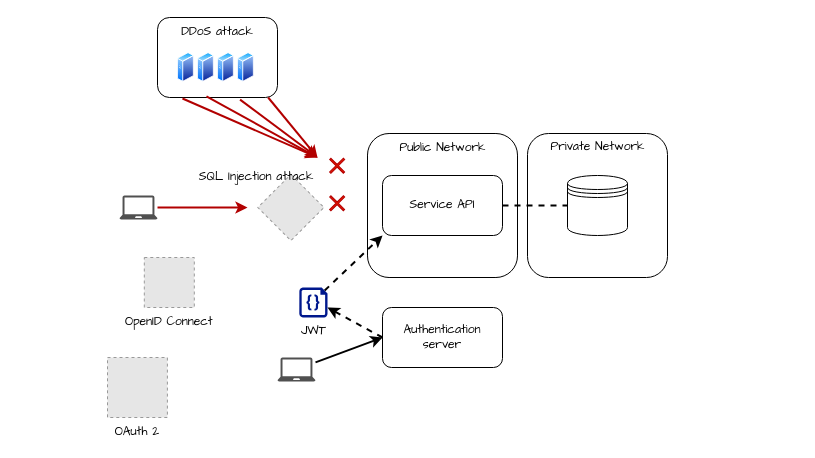
abunuwas/conferences-images keeps this draw.io diagram as page "fundamentals of api security" (2 of 2) of build_api_python_workshop.drawio. Above is the earlier version. Source tidied: cells renumbered, new cells numbered last; positions are measured from the earlier drawing's top-left corner, leaving out a move shared by most shapes. Both pictures are drawn from the tidied source at 100%, with x=0, y=0 at pixel (107, 17). Pictures stored in the file or linked from it are replaced by grey dashed boxes.
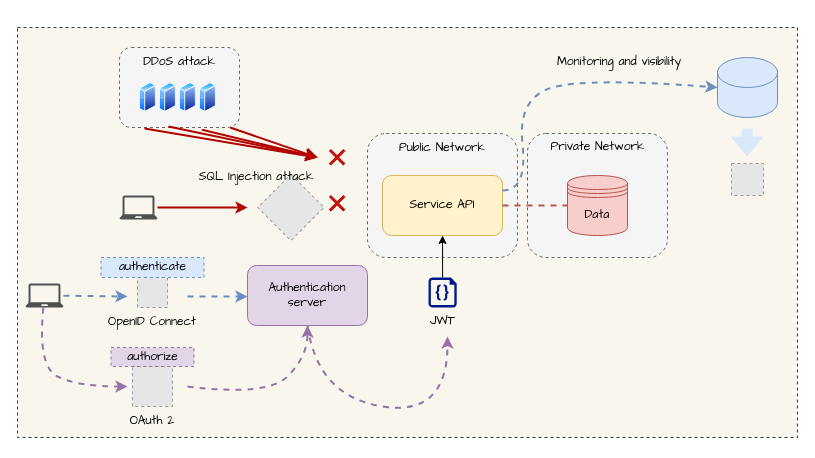
After the change.

What changed in the source:
```diff
@@
+    <mxCell id="33" style="rounded=0;whiteSpace=wrap;html=1;fontFamily=Comic Sans MS;fillColor=#f9f7ed;strokeColor=#36393d;dashed=1;" parent="1" vertex="1">
+      <mxGeometry x="-90" y="10" width="780" height="410" as="geometry" />
+    </mxCell>
-    <mxCell id="2" style="rounded=1;whiteSpace=wrap;html=1;fontFamily=Comic Sans MS;" parent="1" vertex="1">
-      <mxGeometry x="420" y="116" width="140" height="144" as="geometry" />
+    <mxCell id="2" style="rounded=1;whiteSpace=wrap;html=1;fontFamily=Comic Sans MS;fillColor=#f5f5f5;strokeColor=#666666;dashed=1;fontColor=#333333;" parent="1" vertex="1">
+      <mxGeometry x="420" y="116" width="140" height="124" as="geometry" />
     </mxCell>
-    <mxCell id="3" style="rounded=1;whiteSpace=wrap;html=1;fontFamily=Comic Sans MS;" parent="1" vertex="1">
-      <mxGeometry x="260" y="116" width="150" height="144" as="geometry" />
+    <mxCell id="3" style="rounded=1;whiteSpace=wrap;html=1;fontFamily=Comic Sans MS;fillColor=#f5f5f5;strokeColor=#666666;dashed=1;fontColor=#333333;" parent="1" vertex="1">
+      <mxGeometry x="260" y="116" width="150" height="124" as="geometry" />
     </mxCell>
-    <mxCell id="4" style="rounded=1;whiteSpace=wrap;html=1;fontFamily=Comic Sans MS;" parent="1" vertex="1">
-      <mxGeometry x="50" width="120" height="80" as="geometry" />
+    <mxCell id="4" style="rounded=1;whiteSpace=wrap;html=1;fontFamily=Comic Sans MS;dashed=1;fillColor=#f5f5f5;fontColor=#333333;strokeColor=#666666;" parent="1" vertex="1">
+      <mxGeometry x="12" y="30" width="120" height="80" as="geometry" />
     </mxCell>
-    <mxCell id="5" style="shape=datastore;whiteSpace=wrap;html=1;fontFamily=Comic Sans MS;" parent="1" vertex="1">
+    <mxCell id="5" value="Data" style="shape=datastore;whiteSpace=wrap;html=1;fontFamily=Comic Sans MS;fillColor=#f8cecc;strokeColor=#b85450;" parent="1" vertex="1">
       <mxGeometry x="460" y="158" width="60" height="60" as="geometry" />
     </mxCell>
@@
     <mxCell id="8" style="perimeter=ellipsePerimeter;html=1;align=center;shadow=0;dashed=0;spacingTop=3;image;image=img/lib/active_directory/generic_server.svg;fontFamily=Comic Sans MS;" parent="1" vertex="1">
-      <mxGeometry x="70" y="35" width="16.8" height="30" as="geometry" />
+      <mxGeometry x="32" y="65" width="16.8" height="30" as="geometry" />
     </mxCell>
     <mxCell id="9" style="perimeter=ellipsePerimeter;html=1;align=center;shadow=0;dashed=0;spacingTop=3;image;image=img/lib/active_directory/generic_server.svg;fontFamily=Comic Sans MS;" parent="1" vertex="1">
-      <mxGeometry x="90" y="35" width="16.8" height="30" as="geometry" />
+      <mxGeometry x="52" y="65" width="16.8" height="30" as="geometry" />
     </mxCell>
     <mxCell id="10" style="perimeter=ellipsePerimeter;html=1;align=center;shadow=0;dashed=0;spacingTop=3;image;image=img/lib/active_directory/generic_server.svg;fontFamily=Comic Sans MS;" parent="1" vertex="1">
-      <mxGeometry x="110" y="35" width="16.8" height="30" as="geometry" />
+      <mxGeometry x="72" y="65" width="16.8" height="30" as="geometry" />
     </mxCell>
     <mxCell id="11" style="perimeter=ellipsePerimeter;html=1;align=center;shadow=0;dashed=0;spacingTop=3;image;image=img/lib/active_directory/generic_server.svg;fontFamily=Comic Sans MS;" parent="1" vertex="1">
-      <mxGeometry x="130" y="35" width="16.8" height="30" as="geometry" />
+      <mxGeometry x="92" y="65" width="16.8" height="30" as="geometry" />
     </mxCell>
-    <mxCell id="12" value="Service API" style="rounded=1;whiteSpace=wrap;html=1;fontFamily=Comic Sans MS;" parent="1" vertex="1">
+    <mxCell id="12" value="Service API" style="rounded=1;whiteSpace=wrap;html=1;fontFamily=Comic Sans MS;fillColor=#fff2cc;strokeColor=#d6b656;" parent="1" vertex="1">
       <mxGeometry x="275" y="158" width="120" height="60" as="geometry" />
     </mxCell>
@@
     <mxCell id="17" value="DDoS attack" style="text;html=1;strokeColor=none;fillColor=none;align=center;verticalAlign=middle;whiteSpace=wrap;rounded=0;fontFamily=Comic Sans MS;" parent="1" vertex="1">
-      <mxGeometry x="50" width="120" height="30" as="geometry" />
+      <mxGeometry x="12" y="30" width="120" height="30" as="geometry" />
     </mxCell>
     <mxCell id="18" value="JWT" style="sketch=0;shadow=0;dashed=0;html=1;strokeColor=none;labelPosition=center;verticalLabelPosition=bottom;verticalAlign=top;align=center;fillColor=#00188D;shape=mxgraph.azure.code_file;fontFamily=Comic Sans MS;" parent="1" vertex="1">
-      <mxGeometry x="191.8" y="270" width="28.2" height="30" as="geometry" />
+      <mxGeometry x="321" y="260" width="28.2" height="30" as="geometry" />
     </mxCell>
@@
     <mxCell id="21" style="sketch=0;shadow=0;dashed=0;html=1;strokeColor=none;fillColor=#505050;labelPosition=center;verticalLabelPosition=bottom;verticalAlign=top;outlineConnect=0;align=center;shape=mxgraph.office.devices.laptop;fontFamily=Comic Sans MS;" parent="1" vertex="1">
-      <mxGeometry x="170" y="340" width="38" height="24" as="geometry" />
+      <mxGeometry x="-82" y="266" width="38" height="24" as="geometry" />
     </mxCell>
-    <mxCell id="22" style="endArrow=classic;html=1;rounded=0;fontFamily=Comic Sans MS;strokeWidth=2;entryX=0;entryY=0.5;entryDx=0;entryDy=0;" parent="1" edge="1" source="21" target="28">
-      <mxGeometry relative="1" as="geometry" />
-    </mxCell>
@@
     <mxCell id="24" value="Public Network" style="text;html=1;strokeColor=none;fillColor=none;align=center;verticalAlign=middle;whiteSpace=wrap;rounded=0;fontFamily=Comic Sans MS;" parent="1" vertex="1">
-      <mxGeometry x="277.5" y="116" width="115" height="30" as="geometry" />
+      <mxGeometry x="280" y="112" width="110" height="38" as="geometry" />
     </mxCell>
@@
-    <mxCell id="26" style="endArrow=none;html=1;rounded=0;fontFamily=Comic Sans MS;strokeWidth=2;exitX=1;exitY=0.5;exitDx=0;exitDy=0;entryX=0;entryY=0.5;entryDx=0;entryDy=0;dashed=1;" parent="1" edge="1" source="12" target="5">
+    <mxCell id="26" style="endArrow=none;html=1;rounded=0;fontFamily=Comic Sans MS;strokeWidth=2;exitX=1;exitY=0.5;exitDx=0;exitDy=0;entryX=0;entryY=0.5;entryDx=0;entryDy=0;dashed=1;fillColor=#f8cecc;strokeColor=#b85450;" parent="1" edge="1" source="12" target="5">
       <mxGeometry relative="1" as="geometry" />
     </mxCell>
     <mxCell id="27" style="shape=cross;whiteSpace=wrap;html=1;rotation=45;fillColor=#e51400;strokeColor=#B20000;fontColor=#ffffff;fontFamily=Comic Sans MS;size=0.0942809041582071;" parent="1" vertex="1">
-      <mxGeometry x="220" y="138.5" width="19.3" height="19.5" as="geometry" />
+      <mxGeometry x="220" y="130" width="19.3" height="19.5" as="geometry" />
     </mxCell>
-    <mxCell id="28" value="Authentication server" style="rounded=1;whiteSpace=wrap;html=1;fontFamily=Comic Sans MS;" parent="1" vertex="1">
-      <mxGeometry x="275" y="290" width="120" height="60" as="geometry" />
+    <mxCell id="28" value="Authentication server" style="rounded=1;whiteSpace=wrap;html=1;fontFamily=Comic Sans MS;fillColor=#e1d5e7;strokeColor=#9673a6;" parent="1" vertex="1">
+      <mxGeometry x="140" y="248" width="120" height="60" as="geometry" />
     </mxCell>
-    <mxCell id="29" style="endArrow=classic;html=1;rounded=0;dashed=1;fontFamily=Comic Sans MS;strokeWidth=2;exitX=0;exitY=0.5;exitDx=0;exitDy=0;" parent="1" edge="1" source="28">
-      <mxGeometry relative="1" as="geometry">
-        <mxPoint x="220" y="290" as="targetPoint" />
-      </mxGeometry>
-    </mxCell>
-    <mxCell id="30" style="endArrow=classic;html=1;rounded=0;dashed=1;fontFamily=Comic Sans MS;strokeWidth=2;exitX=0.9;exitY=0.1;exitDx=0;exitDy=0;exitPerimeter=0;entryX=0;entryY=1;entryDx=0;entryDy=0;" parent="1" edge="1" source="18" target="12">
-      <mxGeometry relative="1" as="geometry" />
-    </mxCell>
     <mxCell id="31" value="OAuth 2" style="fillColor=#E6E6E6;strokeColor=#999999;dashed=1;verticalLabelPosition=bottom;verticalAlign=top;fontFamily=Comic Sans MS;" parent="1" vertex="1">
-      <mxGeometry y="340" width="59.9" height="60" as="geometry" />
+      <mxGeometry x="25" y="349" width="39.9" height="40" as="geometry" />
     </mxCell>
     <mxCell id="32" value="OpenID Connect" style="fillColor=#E6E6E6;strokeColor=#999999;dashed=1;verticalLabelPosition=bottom;verticalAlign=top;fontFamily=Comic Sans MS;" parent="1" vertex="1">
-      <mxGeometry x="36.8" y="240" width="50" height="50" as="geometry" />
+      <mxGeometry x="30" y="260" width="30" height="30" as="geometry" />
     </mxCell>
+    <mxCell id="34" value="authenticate" style="text;html=1;strokeColor=#6c8ebf;fillColor=#dae8fc;align=center;verticalAlign=middle;whiteSpace=wrap;rounded=0;fontFamily=Comic Sans MS;dashed=1;" parent="1" vertex="1">
+      <mxGeometry x="-6.5" y="240" width="103" height="20" as="geometry" />
+    </mxCell>
+    <mxCell id="35" value="authorize" style="text;html=1;strokeColor=#9673a6;fillColor=#e1d5e7;align=center;verticalAlign=middle;whiteSpace=wrap;rounded=0;fontFamily=Comic Sans MS;dashed=1;" parent="1" vertex="1">
+      <mxGeometry x="3.5" y="330" width="83" height="19" as="geometry" />
+    </mxCell>
+    <mxCell id="36" style="endArrow=classic;html=1;rounded=0;fontFamily=Comic Sans MS;elbow=vertical;strokeWidth=2;dashed=1;fillColor=#dae8fc;strokeColor=#6c8ebf;" parent="1" edge="1" source="21">
+      <mxGeometry relative="1" as="geometry">
+        <mxPoint x="20" y="279" as="targetPoint" />
+      </mxGeometry>
+    </mxCell>
+    <mxCell id="37" style="endArrow=classic;html=1;rounded=0;fontFamily=Comic Sans MS;elbow=vertical;strokeWidth=2;dashed=1;fillColor=#dae8fc;strokeColor=#6c8ebf;" parent="1" edge="1">
+      <mxGeometry relative="1" as="geometry">
+        <mxPoint x="80" y="279" as="sourcePoint" />
+        <mxPoint x="140" y="279" as="targetPoint" />
+      </mxGeometry>
+    </mxCell>
+    <mxCell id="38" style="curved=1;endArrow=classic;html=1;rounded=0;fontFamily=Comic Sans MS;elbow=vertical;dashed=1;strokeWidth=2;fillColor=#e1d5e7;strokeColor=#9673a6;" parent="1" edge="1" source="21">
+      <mxGeometry relative="1" as="geometry">
+        <mxPoint x="20" y="369" as="targetPoint" />
+        <Array as="points">
+          <mxPoint x="-70" y="349" />
+          <mxPoint x="-30" y="369" />
+        </Array>
+      </mxGeometry>
+    </mxCell>
+    <mxCell id="39" style="curved=1;endArrow=classic;html=1;rounded=0;fontFamily=Comic Sans MS;elbow=vertical;entryX=0.5;entryY=1;entryDx=0;entryDy=0;dashed=1;strokeWidth=2;fillColor=#e1d5e7;strokeColor=#9673a6;" parent="1" edge="1" target="28">
+      <mxGeometry relative="1" as="geometry">
+        <mxPoint x="80" y="369" as="sourcePoint" />
+        <Array as="points">
+          <mxPoint x="160" y="379" />
+          <mxPoint x="200" y="339" />
+        </Array>
+      </mxGeometry>
+    </mxCell>
+    <mxCell id="40" style="curved=1;endArrow=classic;html=1;rounded=0;fontFamily=Comic Sans MS;elbow=vertical;exitX=0.5;exitY=1;exitDx=0;exitDy=0;dashed=1;strokeWidth=2;fillColor=#e1d5e7;strokeColor=#9673a6;" parent="1" edge="1" source="28">
+      <mxGeometry relative="1" as="geometry">
+        <mxPoint x="340" y="319" as="targetPoint" />
+        <Array as="points">
+          <mxPoint x="210" y="379" />
+          <mxPoint x="340" y="399" />
+        </Array>
+      </mxGeometry>
+    </mxCell>
+    <mxCell id="30" style="endArrow=classic;html=1;rounded=0;fontFamily=Comic Sans MS;elbow=vertical;exitX=0.5;exitY=0;exitDx=0;exitDy=0;exitPerimeter=0;" parent="1" edge="1" source="18" target="12">
+      <mxGeometry relative="1" as="geometry" />
+    </mxCell>
+    <mxCell id="41" style="shape=cylinder3;whiteSpace=wrap;html=1;boundedLbl=1;backgroundOutline=1;size=15;fontFamily=Comic Sans MS;fillColor=#dae8fc;strokeColor=#6c8ebf;" parent="1" vertex="1">
+      <mxGeometry x="610" y="40" width="60" height="60" as="geometry" />
+    </mxCell>
+    <mxCell id="42" style="curved=1;endArrow=classic;html=1;rounded=0;dashed=1;fontFamily=Comic Sans MS;strokeWidth=2;elbow=vertical;exitX=1;exitY=0.25;exitDx=0;exitDy=0;entryX=0;entryY=0.5;entryDx=0;entryDy=0;entryPerimeter=0;fillColor=#dae8fc;strokeColor=#6c8ebf;" parent="1" edge="1" source="12" target="41">
+      <mxGeometry relative="1" as="geometry">
+        <Array as="points">
+          <mxPoint x="420" y="173" />
+          <mxPoint x="410" y="80" />
+          <mxPoint x="480" y="60" />
+        </Array>
+      </mxGeometry>
+    </mxCell>
+    <mxCell id="43" style="fillColor=#E6E6E6;strokeColor=#999999;dashed=1;html=1;verticalAlign=top;verticalLabelPosition=bottom;labelBackgroundColor=#ffffff;fontFamily=Comic Sans MS;" parent="1" vertex="1">
+      <mxGeometry x="624" y="146" width="32" height="32" as="geometry" />
+    </mxCell>
+    <mxCell id="44" value="Monitoring and visibility" style="text;html=1;strokeColor=none;fillColor=none;align=center;verticalAlign=middle;whiteSpace=wrap;rounded=0;fontFamily=Comic Sans MS;" parent="1" vertex="1">
+      <mxGeometry x="432.5" y="30" width="157.5" height="30" as="geometry" />
+    </mxCell>
+    <mxCell id="45" style="shape=flexArrow;endArrow=classic;html=1;rounded=0;dashed=1;fontFamily=Comic Sans MS;strokeWidth=2;elbow=vertical;strokeColor=none;fillColor=#dae8fc;" parent="1" edge="1">
+      <mxGeometry relative="1" as="geometry">
+        <mxPoint x="639.6" y="110" as="sourcePoint" />
+        <mxPoint x="639.6" y="140" as="targetPoint" />
+      </mxGeometry>
+    </mxCell>
```
